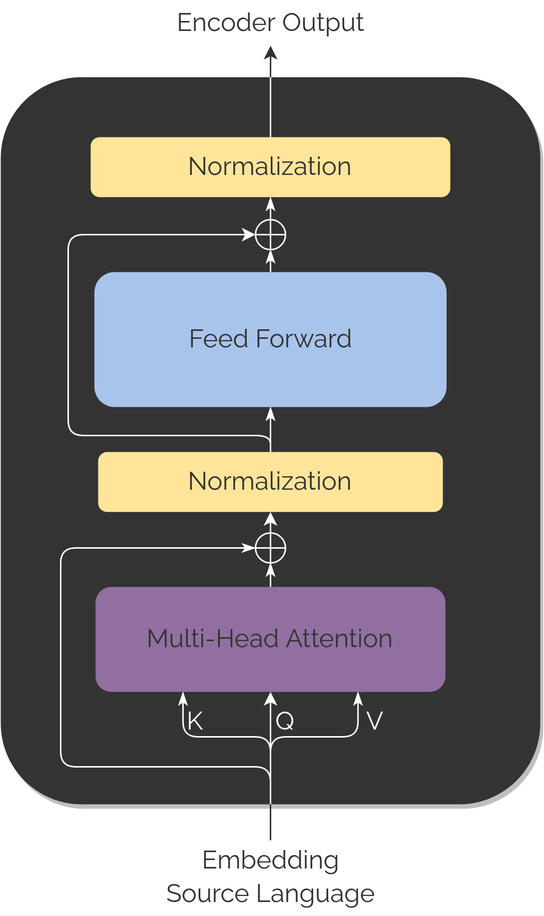
Above: diagrams/Encoder.png in maria-ribalta/XAI_transformer (draw.io), before the change. Source tidied: cells renumbered, new cells last; positions are measured from the earlier drawing's top-left corner, leaving out a move shared by most shapes. The source it was exported from:
```xml
<mxGraphModel>
  <root>
    <mxCell id="0" />
    <mxCell id="1" parent="0" />
    <mxCell id="2" style="edgeStyle=orthogonalEdgeStyle;rounded=0;jettySize=auto;html=1;exitX=0.5;exitY=0;exitDx=0;exitDy=0;endArrow=classic;endFill=1;endSize=6;targetPerimeterSpacing=0;strokeWidth=1;fontSize=17;fontColor=#333333;strokeColor=#333333;" parent="1" edge="1" source="3">
      <mxGeometry relative="1" as="geometry">
        <mxPoint x="180.1" y="30" as="targetPoint" />
      </mxGeometry>
    </mxCell>
    <mxCell id="3" style="rounded=1;whiteSpace=wrap;html=1;fillColor=#333;strokeColor=none;shadow=1;fontSize=17;" parent="1" vertex="1">
      <mxGeometry y="51" width="360" height="485" as="geometry" />
    </mxCell>
    <mxCell id="4" style="edgeStyle=orthogonalEdgeStyle;rounded=1;jettySize=auto;html=1;exitX=0.5;exitY=1;exitDx=0;exitDy=0;entryX=0.25;entryY=1;entryDx=0;entryDy=0;endArrow=classicThin;endFill=1;strokeColor=#FFFFFF;fontSize=17;" parent="1" edge="1" source="3" target="7">
      <mxGeometry relative="1" as="geometry">
        <Array as="points">
          <mxPoint x="180" y="491" />
          <mxPoint x="122" y="491" />
        </Array>
      </mxGeometry>
    </mxCell>
    <mxCell id="5" style="edgeStyle=orthogonalEdgeStyle;rounded=1;jettySize=auto;html=1;exitX=0.5;exitY=1;exitDx=0;exitDy=0;entryX=0;entryY=0.5;entryDx=0;entryDy=0;endArrow=classicThin;endFill=1;fillColor=#f8cecc;strokeColor=#FFFFFF;fontSize=17;" parent="1" edge="1" source="3" target="15">
      <mxGeometry relative="1" as="geometry">
        <Array as="points">
          <mxPoint x="180" y="511" />
          <mxPoint x="40" y="511" />
          <mxPoint x="40" y="365" />
        </Array>
      </mxGeometry>
    </mxCell>
    <mxCell id="6" style="edgeStyle=orthogonalEdgeStyle;rounded=1;jettySize=auto;html=1;exitX=0.5;exitY=0;exitDx=0;exitDy=0;entryX=0.5;entryY=1;entryDx=0;entryDy=0;endArrow=classicThin;endFill=1;strokeColor=#FFFFFF;fontSize=17;" parent="1" edge="1" source="7" target="15">
      <mxGeometry relative="1" as="geometry" />
    </mxCell>
    <mxCell id="7" value="&lt;font style=&quot;font-size: 17px;&quot; face=&quot;Raleway&quot; color=&quot;#333&quot;&gt;Multi-Head Attention&lt;br style=&quot;font-size: 17px;&quot;&gt;&lt;/font&gt;" style="rounded=1;whiteSpace=wrap;html=1;strokeColor=none;fontSize=17;fillColor=#9170A1;" parent="1" vertex="1">
      <mxGeometry x="63.2" y="391" width="233.5" height="70" as="geometry" />
    </mxCell>
    <mxCell id="8" style="edgeStyle=orthogonalEdgeStyle;rounded=1;jettySize=auto;html=1;exitX=0.5;exitY=0;exitDx=0;exitDy=0;entryX=0;entryY=0.5;entryDx=0;entryDy=0;endArrow=classic;endFill=1;endSize=6;targetPerimeterSpacing=0;strokeWidth=1;fontColor=#333333;strokeColor=#FFFFFF;fontSize=17;" parent="1" edge="1" source="9" target="17">
      <mxGeometry relative="1" as="geometry">
        <Array as="points">
          <mxPoint x="180" y="290" />
          <mxPoint x="45" y="290" />
          <mxPoint x="45" y="156" />
        </Array>
      </mxGeometry>
    </mxCell>
    <mxCell id="9" value="&lt;font style=&quot;font-size: 17px;&quot; face=&quot;Raleway&quot;&gt;Normalization&lt;/font&gt;" style="rounded=1;whiteSpace=wrap;html=1;strokeColor=none;fillColor=#FFE599;fontColor=#333333;fontSize=17;" parent="1" vertex="1">
      <mxGeometry x="65" y="301" width="230" height="40" as="geometry" />
    </mxCell>
    <mxCell id="10" style="edgeStyle=orthogonalEdgeStyle;rounded=1;jettySize=auto;html=1;exitX=0.5;exitY=0;exitDx=0;exitDy=0;entryX=0.5;entryY=1;entryDx=0;entryDy=0;endArrow=classicThin;endFill=1;strokeColor=#FFFFFF;fontSize=17;" parent="1" edge="1" source="11" target="17">
      <mxGeometry relative="1" as="geometry" />
    </mxCell>
    <mxCell id="11" value="&lt;font style=&quot;font-size: 17px;&quot; face=&quot;Raleway&quot; color=&quot;#333333&quot;&gt;Feed Forward&lt;/font&gt;&lt;font style=&quot;font-size: 17px;&quot; face=&quot;Raleway&quot; color=&quot;#333333&quot;&gt;&lt;br style=&quot;font-size: 17px;&quot;&gt;&lt;/font&gt;" style="rounded=1;whiteSpace=wrap;html=1;strokeColor=none;fillColor=#A9C4EB;fontSize=17;" parent="1" vertex="1">
      <mxGeometry x="62.5" y="181" width="235" height="90" as="geometry" />
    </mxCell>
    <mxCell id="12" style="edgeStyle=orthogonalEdgeStyle;rounded=0;jettySize=auto;html=1;exitX=0.5;exitY=0;exitDx=0;exitDy=0;endArrow=none;endFill=0;endSize=6;targetPerimeterSpacing=0;strokeColor=#FFFFFF;strokeWidth=1;fontSize=17;fontColor=#333333;" parent="1" edge="1" source="13" target="3">
      <mxGeometry relative="1" as="geometry">
        <Array as="points">
          <mxPoint x="180" y="80" />
          <mxPoint x="180" y="80" />
        </Array>
      </mxGeometry>
    </mxCell>
    <mxCell id="13" value="&lt;font style=&quot;font-size: 17px;&quot; face=&quot;Raleway&quot; color=&quot;#333333&quot;&gt;Normalization&lt;/font&gt;" style="rounded=1;whiteSpace=wrap;html=1;strokeColor=none;fillColor=#FFE599;shadow=0;fontSize=17;" parent="1" vertex="1">
      <mxGeometry x="60" y="91" width="240" height="40" as="geometry" />
    </mxCell>
    <mxCell id="14" style="edgeStyle=orthogonalEdgeStyle;rounded=0;orthogonalLoop=1;jettySize=auto;html=1;exitX=0.5;exitY=0;exitDx=0;exitDy=0;strokeColor=#FFFFFF;endArrow=classic;endFill=1;fontSize=17;" parent="1" edge="1">
      <mxGeometry relative="1" as="geometry">
        <mxPoint x="177" y="356" as="sourcePoint" />
        <mxPoint x="180" y="341" as="targetPoint" />
        <Array as="points">
          <mxPoint x="180" y="356" />
        </Array>
      </mxGeometry>
    </mxCell>
    <mxCell id="15" style="shape=orEllipse;perimeter=ellipsePerimeter;whiteSpace=wrap;html=1;backgroundOutline=1;strokeColor=#FFFFFF;fillColor=#333333;fontSize=17;" parent="1" vertex="1">
      <mxGeometry x="170" y="355" width="20" height="20" as="geometry" />
    </mxCell>
    <mxCell id="16" style="edgeStyle=orthogonalEdgeStyle;rounded=1;jettySize=auto;html=1;exitX=0.5;exitY=0;exitDx=0;exitDy=0;entryX=0.5;entryY=1;entryDx=0;entryDy=0;endArrow=classicThin;endFill=1;strokeColor=#FFFFFF;fontSize=17;" parent="1" edge="1" source="17" target="13">
      <mxGeometry relative="1" as="geometry" />
    </mxCell>
    <mxCell id="17" style="shape=orEllipse;perimeter=ellipsePerimeter;whiteSpace=wrap;html=1;backgroundOutline=1;fillColor=#333333;strokeColor=#FFFFFF;fontSize=17;" parent="1" vertex="1">
      <mxGeometry x="170" y="146" width="20" height="20" as="geometry" />
    </mxCell>
    <mxCell id="18" style="endArrow=classic;html=1;strokeColor=#FFFFFF;entryX=0.5;entryY=1;entryDx=0;entryDy=0;fontSize=17;endFill=1;" parent="1" edge="1" target="7">
      <mxGeometry relative="1" as="geometry">
        <mxPoint x="180" y="536" as="sourcePoint" />
      </mxGeometry>
    </mxCell>
    <mxCell id="19" style="edgeStyle=orthogonalEdgeStyle;rounded=1;jettySize=auto;html=1;exitX=0.5;exitY=1;exitDx=0;exitDy=0;entryX=0.75;entryY=1;entryDx=0;entryDy=0;endArrow=classicThin;endFill=1;strokeColor=#FFFFFF;fontSize=17;" parent="1" edge="1" source="3" target="7">
      <mxGeometry relative="1" as="geometry">
        <Array as="points">
          <mxPoint x="180" y="491" />
          <mxPoint x="239" y="491" />
        </Array>
      </mxGeometry>
    </mxCell>
    <mxCell id="20" value="&lt;font style=&quot;font-size: 17px;&quot; face=&quot;Raleway&quot; color=&quot;#FFFFFF&quot;&gt;Q&lt;/font&gt;" style="text;html=1;strokeColor=none;fillColor=none;align=center;verticalAlign=middle;whiteSpace=wrap;rounded=0;shadow=0;fontSize=17;" parent="1" vertex="1">
      <mxGeometry x="170" y="471" width="40" height="20" as="geometry" />
    </mxCell>
    <mxCell id="21" value="&lt;font style=&quot;font-size: 17px;&quot; face=&quot;Raleway&quot; color=&quot;#FFFFFF&quot;&gt;V&lt;/font&gt;" style="text;html=1;strokeColor=none;fillColor=none;align=center;verticalAlign=middle;whiteSpace=wrap;rounded=0;shadow=0;fontSize=17;" parent="1" vertex="1">
      <mxGeometry x="230" y="471" width="40" height="20" as="geometry" />
    </mxCell>
    <mxCell id="22" value="&lt;font style=&quot;font-size: 17px;&quot; face=&quot;Raleway&quot; color=&quot;#FFFFFF&quot;&gt;K&lt;/font&gt;" style="text;html=1;strokeColor=none;fillColor=none;align=center;verticalAlign=middle;whiteSpace=wrap;rounded=0;shadow=0;fontSize=17;" parent="1" vertex="1">
      <mxGeometry x="110" y="471" width="40" height="20" as="geometry" />
    </mxCell>
    <mxCell id="23" style="edgeStyle=orthogonalEdgeStyle;rounded=0;jettySize=auto;html=1;exitX=0.5;exitY=0;exitDx=0;exitDy=0;entryX=0.5;entryY=1;entryDx=0;entryDy=0;strokeColor=#FFFFFF;endArrow=classicThin;endFill=1;fontSize=17;" parent="1" edge="1" source="9" target="11">
      <mxGeometry relative="1" as="geometry" />
    </mxCell>
    <mxCell id="24" style="edgeStyle=orthogonalEdgeStyle;rounded=0;jettySize=auto;html=1;entryX=0.5;entryY=1;entryDx=0;entryDy=0;endArrow=none;endFill=0;endSize=6;targetPerimeterSpacing=0;strokeColor=#333333;strokeWidth=1;fontSize=17;fontColor=#333333;" parent="1" edge="1" source="25" target="3">
      <mxGeometry relative="1" as="geometry" />
    </mxCell>
    <mxCell id="25" value="&lt;div&gt;&lt;font face=&quot;Raleway&quot;&gt;Embedding&lt;/font&gt;&lt;/div&gt;&lt;div&gt;&lt;font face=&quot;Raleway&quot;&gt;Source Language&lt;br&gt;&lt;/font&gt;&lt;/div&gt;" style="text;html=1;align=center;verticalAlign=middle;points=[];fontSize=17;fontColor=#333333;" parent="1" vertex="1">
      <mxGeometry x="105" y="560" width="150" height="50" as="geometry" />
    </mxCell>
    <mxCell id="26" value="&lt;font face=&quot;Raleway&quot;&gt;Encoder Output&lt;/font&gt;" style="text;html=1;align=center;verticalAlign=middle;fontSize=17;fontColor=#333333;" parent="1" vertex="1">
      <mxGeometry x="110" width="140" height="30" as="geometry" />
    </mxCell>
  </root>
</mxGraphModel>
```
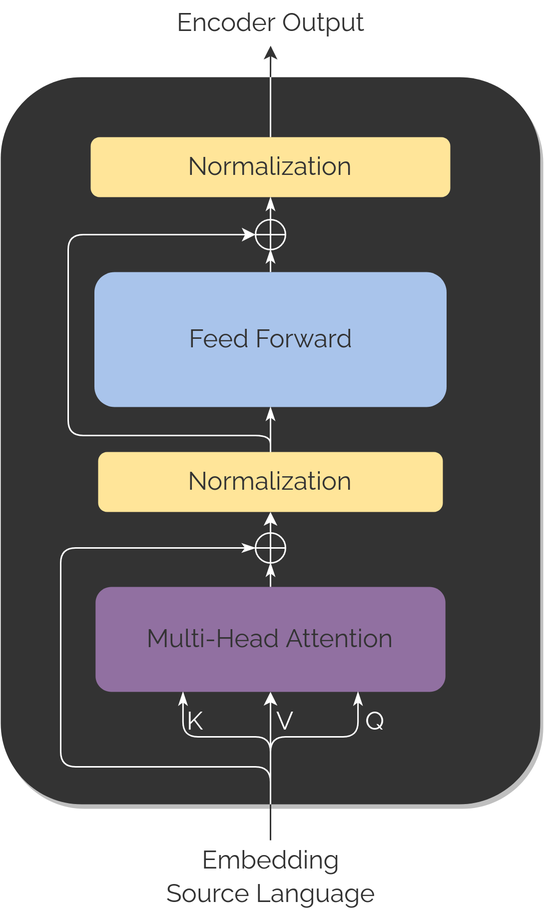
The same diagram one commit later.

Change to the diagram source:
```diff
@@ -93,10 +93,10 @@
         </Array>
       </mxGeometry>
     </mxCell>
-    <mxCell id="20" value="&lt;font style=&quot;font-size: 17px;&quot; face=&quot;Raleway&quot; color=&quot;#FFFFFF&quot;&gt;Q&lt;/font&gt;" style="text;html=1;strokeColor=none;fillColor=none;align=center;verticalAlign=middle;whiteSpace=wrap;rounded=0;shadow=0;fontSize=17;" parent="1" vertex="1">
+    <mxCell id="20" value="&lt;font style=&quot;font-size: 17px&quot; face=&quot;Raleway&quot; color=&quot;#FFFFFF&quot;&gt;V&lt;/font&gt;" style="text;html=1;strokeColor=none;fillColor=none;align=center;verticalAlign=middle;whiteSpace=wrap;rounded=0;shadow=0;fontSize=17;" parent="1" vertex="1">
       <mxGeometry x="170" y="471" width="40" height="20" as="geometry" />
     </mxCell>
-    <mxCell id="21" value="&lt;font style=&quot;font-size: 17px;&quot; face=&quot;Raleway&quot; color=&quot;#FFFFFF&quot;&gt;V&lt;/font&gt;" style="text;html=1;strokeColor=none;fillColor=none;align=center;verticalAlign=middle;whiteSpace=wrap;rounded=0;shadow=0;fontSize=17;" parent="1" vertex="1">
+    <mxCell id="21" value="&lt;font style=&quot;font-size: 17px&quot; face=&quot;Raleway&quot; color=&quot;#FFFFFF&quot;&gt;Q&lt;/font&gt;" style="text;html=1;strokeColor=none;fillColor=none;align=center;verticalAlign=middle;whiteSpace=wrap;rounded=0;shadow=0;fontSize=17;" parent="1" vertex="1">
       <mxGeometry x="230" y="471" width="40" height="20" as="geometry" />
     </mxCell>
     <mxCell id="22" value="&lt;font style=&quot;font-size: 17px;&quot; face=&quot;Raleway&quot; color=&quot;#FFFFFF&quot;&gt;K&lt;/font&gt;" style="text;html=1;strokeColor=none;fillColor=none;align=center;verticalAlign=middle;whiteSpace=wrap;rounded=0;shadow=0;fontSize=17;" parent="1" vertex="1">
```
